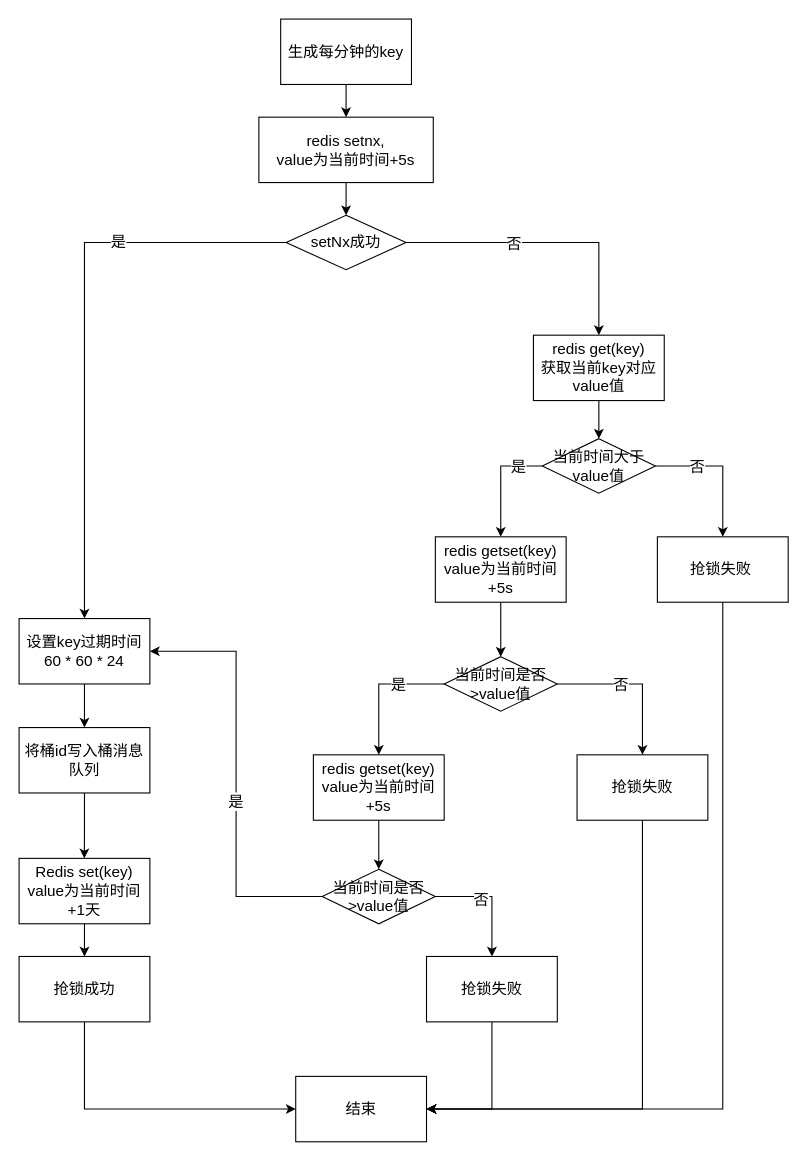
Above: page "定时器抢锁流程图" (8 of 9) of timer.drawio in mbabby/draw.io.file (draw.io), before the change. Source tidied: cells renumbered, new cells numbered last; positions are measured from the earlier drawing's top-left corner, leaving out a move shared by most shapes. Both pictures are drawn from the tidied source at 109%, with x=0, y=0 at pixel (19, 19).
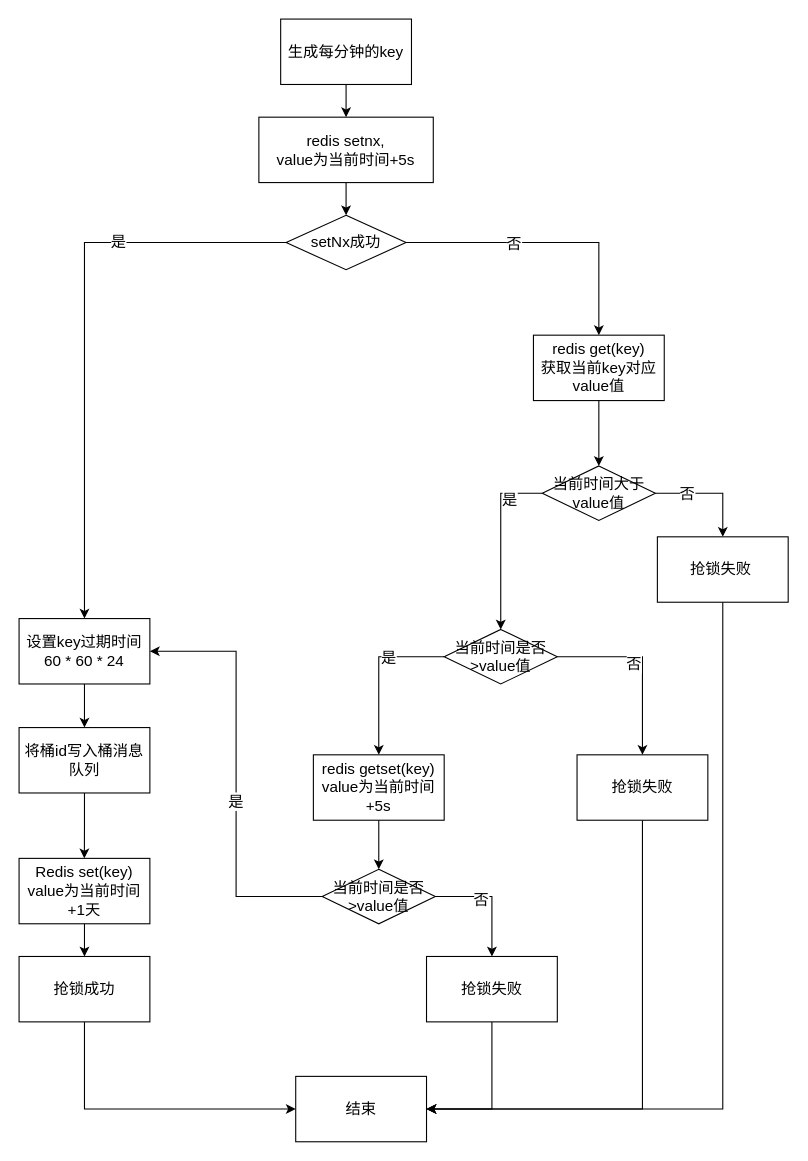
After the change.

Change to the diagram source:
```diff
@@
-    <mxCell id="17" style="edgeStyle=orthogonalEdgeStyle;rounded=0;jettySize=auto;html=1;exitX=0;exitY=0.5;exitDx=0;exitDy=0;fontSize=14;startArrow=none;startFill=0;strokeWidth=1;" parent="1" edge="1" source="19" target="21">
+    <mxCell id="17" style="edgeStyle=orthogonalEdgeStyle;rounded=0;jettySize=auto;html=1;exitX=0;exitY=0.5;exitDx=0;exitDy=0;fontSize=14;startArrow=none;startFill=0;strokeWidth=1;" parent="1" edge="1" source="19" target="28">
       <mxGeometry relative="1" as="geometry" />
     </mxCell>
@@
     <mxCell id="19" value="当前时间大于value值" style="rhombus;whiteSpace=wrap;html=1;fontSize=14;strokeWidth=1;align=center;" parent="1" vertex="1">
-      <mxGeometry x="480" y="385" width="103.8" height="50" as="geometry" />
+      <mxGeometry x="480" y="410" width="103.8" height="50" as="geometry" />
     </mxCell>
-    <mxCell id="20" style="edgeStyle=orthogonalEdgeStyle;rounded=0;jettySize=auto;html=1;exitX=0.5;exitY=1;exitDx=0;exitDy=0;fontSize=14;startArrow=none;startFill=0;strokeWidth=1;" parent="1" edge="1" source="21" target="28">
-      <mxGeometry relative="1" as="geometry" />
-    </mxCell>
-    <mxCell id="21" value="redis getset(key)&lt;br&gt;value为当前时间+5s" style="rounded=0;whiteSpace=wrap;html=1;fontSize=14;strokeWidth=1;align=center;" parent="1" vertex="1">
-      <mxGeometry x="381.9" y="475" width="120" height="60" as="geometry" />
-    </mxCell>
@@
     <mxCell id="28" value="当前时间是否&amp;gt;value值" style="rhombus;whiteSpace=wrap;html=1;fontSize=14;strokeWidth=1;align=center;" parent="1" vertex="1">
-      <mxGeometry x="390" y="585" width="103.8" height="50" as="geometry" />
+      <mxGeometry x="390" y="560" width="103.8" height="50" as="geometry" />
     </mxCell>
```
